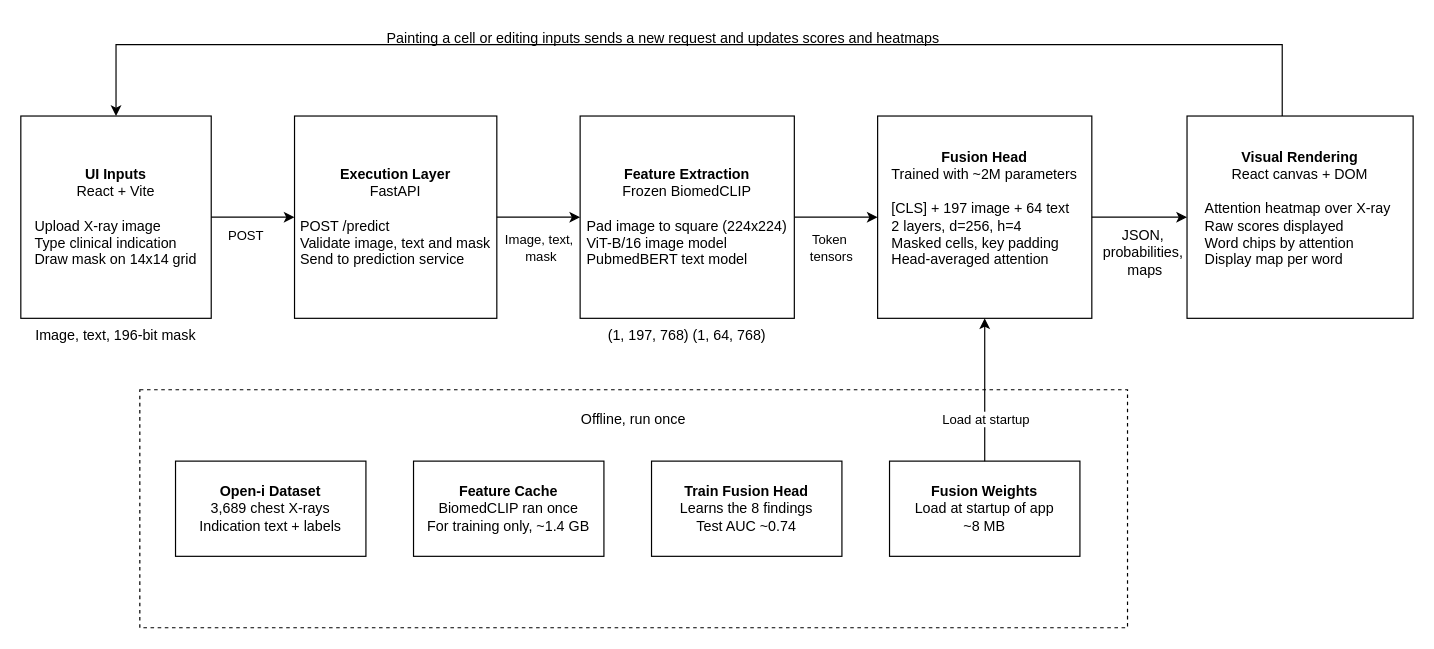
The draw.io diagram architecture.drawio in cmjw/ECE_525_Project, before the edit. Source tidied: cells renumbered, new cells numbered last; positions are measured from the earlier drawing's top-left corner, leaving out a move shared by most shapes. Both pictures are drawn from the tidied source at 119%, with x=0, y=0 at pixel (20, 20).
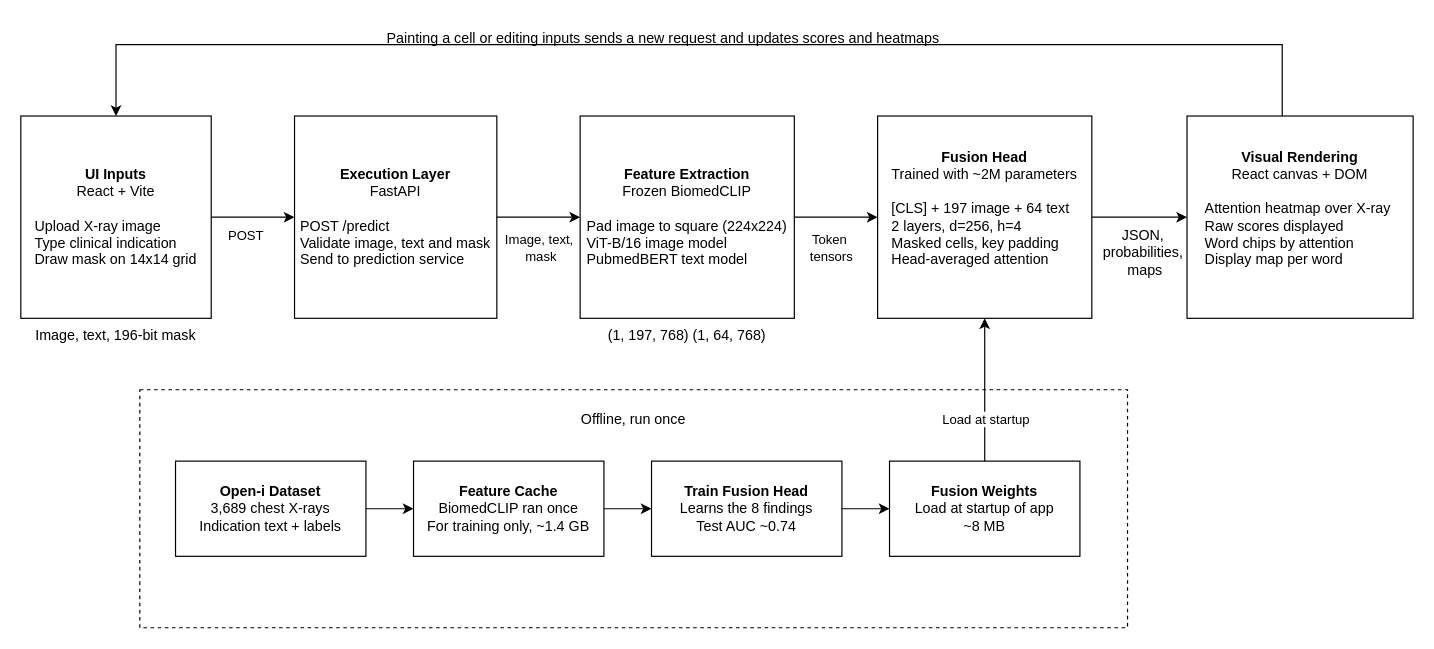
The same diagram, later.

Unchanged cells that the change refers to:
```xml
<mxCell id="4" value="&lt;b&gt;Open-i Dataset&lt;/b&gt;&lt;div&gt;3,689 chest X-rays&lt;/div&gt;&lt;div&gt;Indication text + labels&lt;/div&gt;" style="rounded=0;whiteSpace=wrap;html=1;" parent="1" vertex="1">
  <mxGeometry x="130" y="370" width="160" height="80" as="geometry" />
</mxCell>
<mxCell id="5" value="&lt;b&gt;Feature Cache&lt;/b&gt;&lt;br&gt;&lt;div&gt;BiomedCLIP ran once&lt;/div&gt;&lt;div&gt;For training only, ~1.4 GB&lt;/div&gt;" style="rounded=0;whiteSpace=wrap;html=1;" parent="1" vertex="1">
  <mxGeometry x="330" y="370" width="160" height="80" as="geometry" />
</mxCell>
<mxCell id="6" value="&lt;b&gt;Train Fusion Head&lt;/b&gt;&lt;br&gt;&lt;div&gt;Learns the 8 findings&lt;/div&gt;&lt;div&gt;Test AUC ~0.74&lt;/div&gt;" style="rounded=0;whiteSpace=wrap;html=1;" parent="1" vertex="1">
  <mxGeometry x="530" y="370" width="160" height="80" as="geometry" />
</mxCell>
<mxCell id="7" value="&lt;b&gt;Fusion Weights&lt;/b&gt;&lt;br&gt;&lt;div&gt;Load at startup of app&lt;/div&gt;&lt;div&gt;~8 MB&lt;/div&gt;" style="rounded=0;whiteSpace=wrap;html=1;" parent="1" vertex="1">
  <mxGeometry x="730" y="370" width="160" height="80" as="geometry" />
</mxCell>
```

Change to the diagram source:
```diff
@@
+    <mxCell id="27" style="endArrow=classic;html=1;rounded=0;" parent="1" edge="1" source="4" target="5">
+      <mxGeometry relative="1" as="geometry" />
+    </mxCell>
+    <mxCell id="28" style="endArrow=classic;html=1;rounded=0;" parent="1" edge="1" source="5" target="6">
+      <mxGeometry relative="1" as="geometry" />
+    </mxCell>
+    <mxCell id="29" style="endArrow=classic;html=1;rounded=0;" parent="1" edge="1" source="6" target="7">
+      <mxGeometry relative="1" as="geometry" />
+    </mxCell>
```
